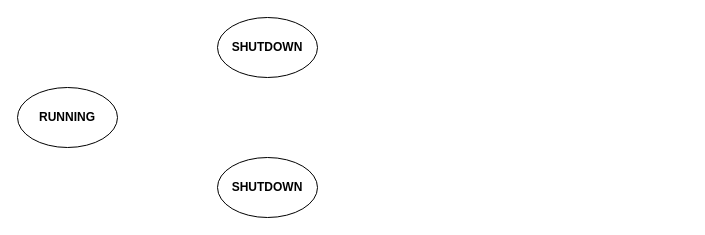
Earlier version of the draw.io diagram Java并发架构.drawio (plx927/Java-Core-learning). Source tidied: cells renumbered, new cells numbered last; positions are measured from the earlier drawing's top-left corner, leaving out a move shared by most shapes. Both pictures are drawn from the tidied source at 100%, with x=0, y=0 at pixel (17, 17).
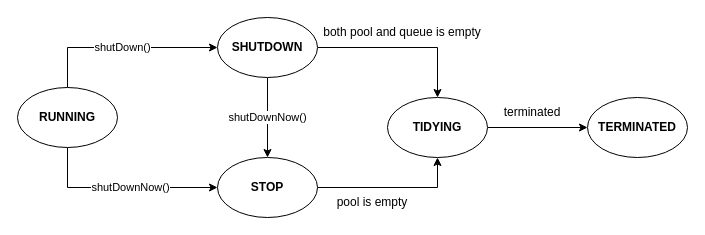
After the change.

Commit message (it also covers changes not shown here):
更新Java并发架构.drawio

Change to the diagram source:
```diff
@@
 <mxGraphModel>
   <root>
     <mxCell id="0" />
     <mxCell id="1" parent="0" />
+    <mxCell id="5" value="shutDown()" style="edgeStyle=orthogonalEdgeStyle;rounded=0;jettySize=auto;html=1;entryX=0;entryY=0.5;entryDx=0;entryDy=0;" parent="1" edge="1" source="2" target="3">
+      <mxGeometry relative="1" as="geometry">
+        <Array as="points">
+          <mxPoint x="50" y="30" />
+        </Array>
+      </mxGeometry>
+    </mxCell>
+    <mxCell id="6" style="edgeStyle=orthogonalEdgeStyle;rounded=0;jettySize=auto;html=1;entryX=0;entryY=0.5;entryDx=0;entryDy=0;" parent="1" edge="1" source="2" target="4">
+      <mxGeometry relative="1" as="geometry">
+        <Array as="points">
+          <mxPoint x="50" y="170" />
+        </Array>
+      </mxGeometry>
+    </mxCell>
+    <mxCell id="7" value="shutDownNow()" style="edgeLabel;html=1;align=center;verticalAlign=middle;" parent="6" vertex="1">
+      <mxGeometry x="0.07" y="1" relative="1" as="geometry" />
+    </mxCell>
     <mxCell id="2" value="&lt;b&gt;RUNNING&lt;/b&gt;" style="ellipse;whiteSpace=wrap;html=1;" parent="1" vertex="1">
       <mxGeometry y="70" width="100" height="60" as="geometry" />
     </mxCell>
+    <mxCell id="8" value="shutDownNow()" style="edgeStyle=orthogonalEdgeStyle;rounded=0;jettySize=auto;html=1;entryX=0.5;entryY=0;entryDx=0;entryDy=0;" parent="1" edge="1" source="3" target="4">
+      <mxGeometry relative="1" as="geometry" />
+    </mxCell>
+    <mxCell id="9" style="edgeStyle=orthogonalEdgeStyle;rounded=0;jettySize=auto;html=1;entryX=0.5;entryY=0;entryDx=0;entryDy=0;" parent="1" edge="1" source="3" target="12">
+      <mxGeometry relative="1" as="geometry" />
+    </mxCell>
     <mxCell id="3" value="&lt;b&gt;SHUTDOWN&lt;/b&gt;" style="ellipse;whiteSpace=wrap;html=1;" parent="1" vertex="1">
       <mxGeometry x="200" width="100" height="60" as="geometry" />
     </mxCell>
+    <mxCell id="10" style="edgeStyle=orthogonalEdgeStyle;rounded=0;jettySize=auto;html=1;entryX=0.5;entryY=1;entryDx=0;entryDy=0;" parent="1" edge="1" source="4" target="12">
+      <mxGeometry relative="1" as="geometry" />
+    </mxCell>
-    <mxCell id="4" value="&lt;b&gt;SHUTDOWN&lt;/b&gt;" style="ellipse;whiteSpace=wrap;html=1;" parent="1" vertex="1">
+    <mxCell id="4" value="&lt;b&gt;STOP&lt;/b&gt;" style="ellipse;whiteSpace=wrap;html=1;" parent="1" vertex="1">
       <mxGeometry x="200" y="140" width="100" height="60" as="geometry" />
     </mxCell>
+    <mxCell id="11" style="edgeStyle=orthogonalEdgeStyle;rounded=0;jettySize=auto;html=1;entryX=0;entryY=0.5;entryDx=0;entryDy=0;" parent="1" edge="1" source="12" target="15">
+      <mxGeometry relative="1" as="geometry" />
+    </mxCell>
+    <mxCell id="12" value="&lt;b&gt;TIDYING&lt;/b&gt;" style="ellipse;whiteSpace=wrap;html=1;" parent="1" vertex="1">
+      <mxGeometry x="370" y="80" width="100" height="60" as="geometry" />
+    </mxCell>
+    <mxCell id="13" value="both pool and queue is empty" style="text;html=1;strokeColor=none;fillColor=none;align=center;verticalAlign=middle;whiteSpace=wrap;rounded=0;" parent="1" vertex="1">
+      <mxGeometry x="300" width="170" height="30" as="geometry" />
+    </mxCell>
+    <mxCell id="14" value="pool is empty" style="text;html=1;strokeColor=none;fillColor=none;align=center;verticalAlign=middle;whiteSpace=wrap;rounded=0;" parent="1" vertex="1">
+      <mxGeometry x="310" y="170" width="90" height="30" as="geometry" />
+    </mxCell>
+    <mxCell id="15" value="&lt;b&gt;TERMINATED&lt;/b&gt;" style="ellipse;whiteSpace=wrap;html=1;" parent="1" vertex="1">
+      <mxGeometry x="570" y="80" width="100" height="60" as="geometry" />
+    </mxCell>
+    <mxCell id="16" value="terminated" style="text;html=1;strokeColor=none;fillColor=none;align=center;verticalAlign=middle;whiteSpace=wrap;rounded=0;" parent="1" vertex="1">
+      <mxGeometry x="470" y="80" width="90" height="30" as="geometry" />
+    </mxCell>
   </root>
 </mxGraphModel>
```
